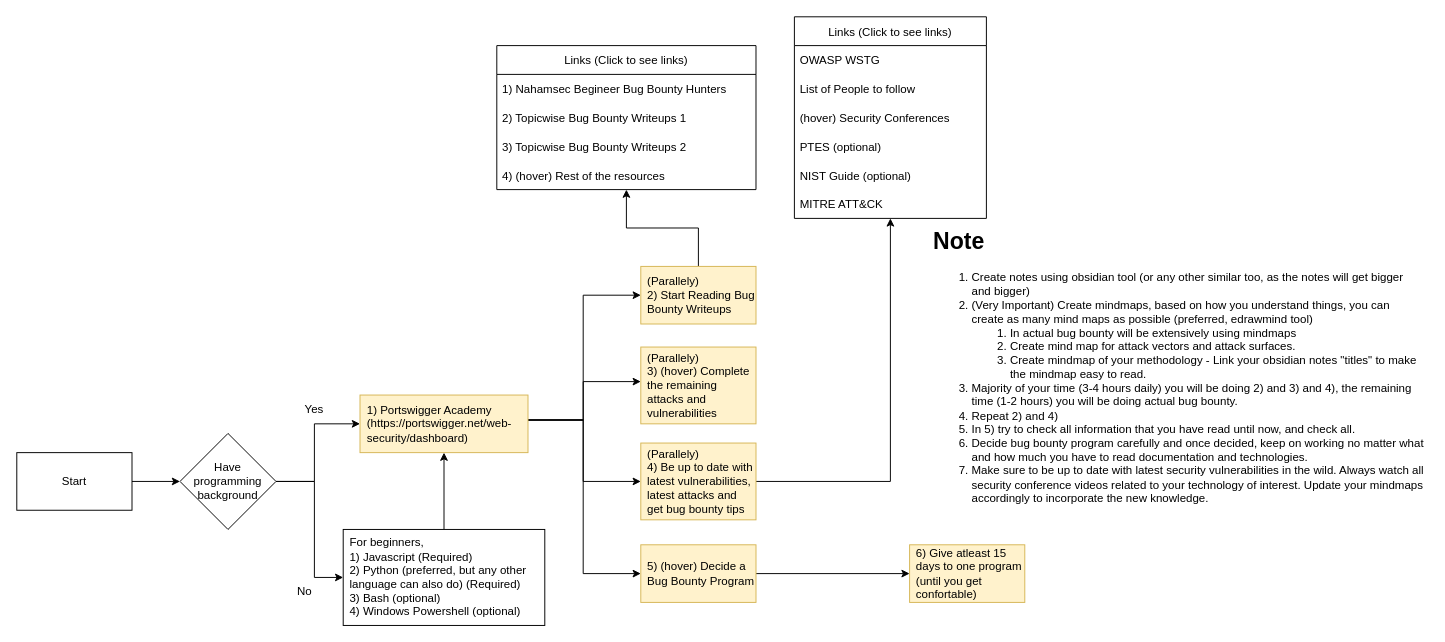
Before: page "Beginner Bug Bounty Guide" (1 of 2) of how-to-start-bug-bounty.drawio in Le4kno3/Beginner-Bug-Bounty-Guide, a draw.io diagram. Source tidied: cells renumbered, new cells numbered last; positions are measured from the earlier drawing's top-left corner, leaving out a move shared by most shapes. Both pictures are drawn from the tidied source at 96%, with x=0, y=0 at pixel (16, 16).
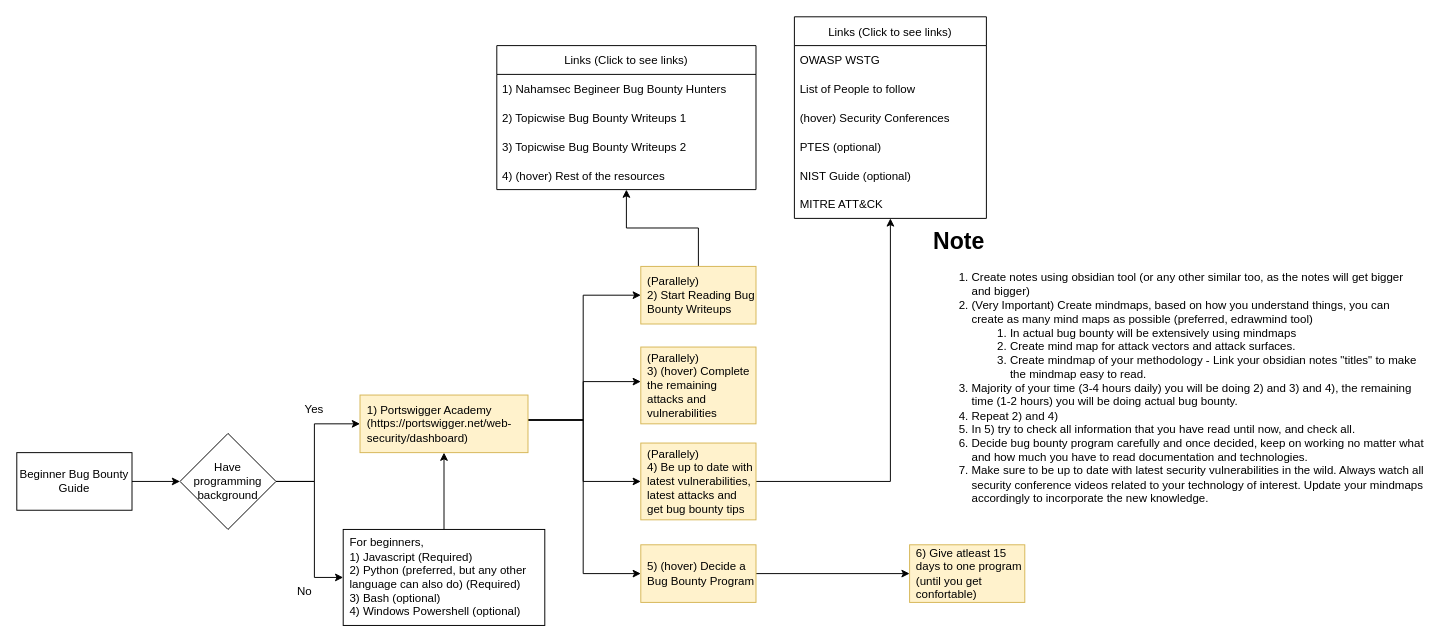
The same page after the edit.

What changed in the source:
```diff
@@
-    <mxCell id="3" value="Start" style="rounded=0;whiteSpace=wrap;html=1;" parent="1" vertex="1">
+    <mxCell id="3" value="Beginner Bug Bounty Guide" style="rounded=0;whiteSpace=wrap;html=1;" parent="1" vertex="1">
       <mxGeometry y="454" width="120" height="60" as="geometry" />
     </mxCell>
```
